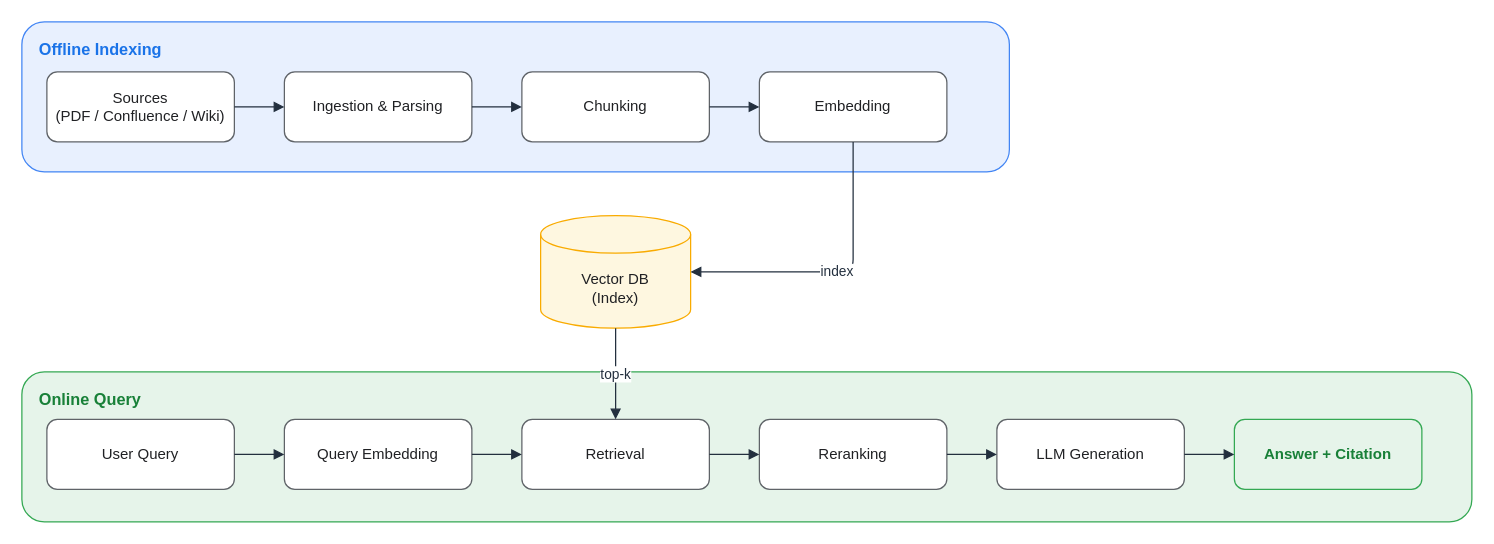
Earlier version of the draw.io diagram assets/img/ai/rag-01-pipeline.drawio (KKamJi98/kkamji98.github.io). Source tidied: cells renumbered, new cells numbered last; positions are measured from the earlier drawing's top-left corner, leaving out a move shared by most shapes. Both pictures are drawn from the tidied source at 125%, with x=0, y=0 at pixel (21, 21).
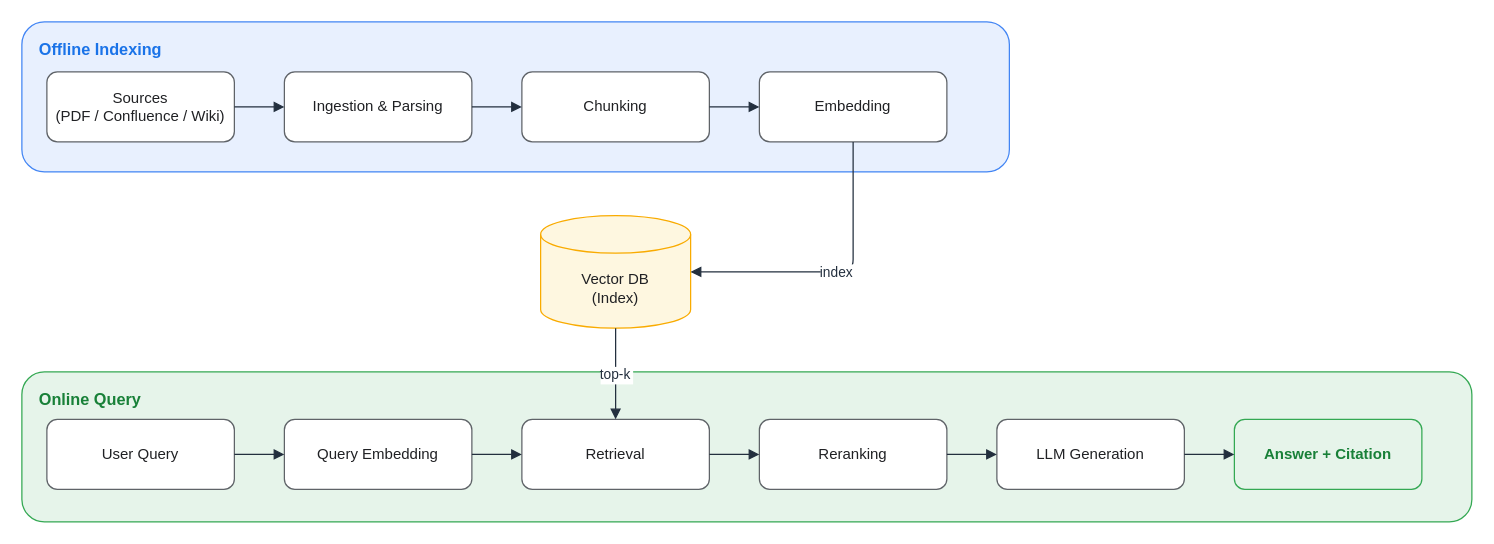
After the change.

The change refers to these unchanged cells:
```xml
<mxCell id="7" value="Embedding" style="rounded=1;whiteSpace=wrap;html=1;fillColor=#FFFFFF;strokeColor=#5F6368;shadow=0;fontSize=12;fontColor=#202124;" parent="1" vertex="1">
  <mxGeometry x="590" y="40" width="150" height="56" as="geometry" />
</mxCell>
<mxCell id="8" value="Vector DB&#10;(Index)" style="shape=cylinder3;whiteSpace=wrap;html=1;fillColor=#FEF7E0;strokeColor=#F9AB00;shadow=0;fontSize=12;fontColor=#202124;boundedLbl=1;" parent="1" vertex="1">
  <mxGeometry x="415" y="155" width="120" height="90" as="geometry" />
</mxCell>
<mxCell id="11" value="Retrieval" style="rounded=1;whiteSpace=wrap;html=1;fillColor=#FFFFFF;strokeColor=#5F6368;shadow=0;fontSize=12;fontColor=#202124;" parent="1" vertex="1">
  <mxGeometry x="400" y="318" width="150" height="56" as="geometry" />
</mxCell>
```

What changed in the source:
```diff
@@
-    <mxCell id="18" value="index" style="edgeStyle=orthogonalEdgeStyle;rounded=1;html=1;endArrow=block;strokeColor=#232F3E;fontColor=#232F3E;fontSize=11;labelBackgroundColor=#FFFFFF;" parent="1" edge="1" source="7" target="8">
+    <mxCell id="18" value="index" style="edgeStyle=orthogonalEdgeStyle;rounded=1;html=0;endArrow=block;strokeColor=#232F3E;fontColor=#232F3E;fontSize=11;labelBackgroundColor=#FFFFFF;" parent="1" edge="1" source="7" target="8">
       <mxGeometry relative="1" as="geometry">
         <Array as="points">
           <mxPoint x="665" y="200" />
           <mxPoint x="535" y="200" />
         </Array>
       </mxGeometry>
     </mxCell>
-    <mxCell id="19" value="top-k" style="edgeStyle=orthogonalEdgeStyle;rounded=1;html=1;endArrow=block;strokeColor=#232F3E;fontColor=#232F3E;fontSize=11;labelBackgroundColor=#FFFFFF;" parent="1" edge="1" source="8" target="11">
+    <mxCell id="19" value="top-k" style="edgeStyle=orthogonalEdgeStyle;rounded=1;html=0;endArrow=block;strokeColor=#232F3E;fontColor=#232F3E;fontSize=11;labelBackgroundColor=#FFFFFF;" parent="1" edge="1" source="8" target="11">
       <mxGeometry relative="1" as="geometry" />
     </mxCell>
```
